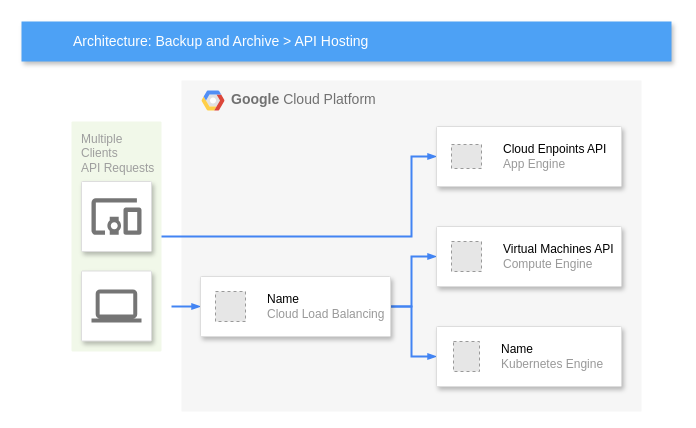
abhiiiiiiijit/usa_customer_shopping_trends keeps this draw.io diagram as diagrams/Untitled Diagram.drawio. Above is the earlier version. Source tidied: cells renumbered, new cells numbered last; positions are measured from the earlier drawing's top-left corner, leaving out a move shared by most shapes. Both pictures are drawn from the tidied source at 100%, with x=0, y=0 at pixel (21, 21). Pictures stored in the file or linked from it are replaced by grey dashed boxes.
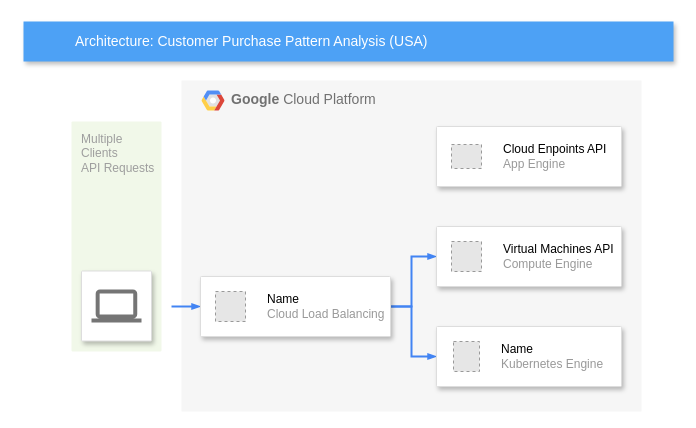
After the change.

The change refers to these unchanged cells:
```xml
<mxCell id="4" value="Multiple&lt;br&gt;Clients&lt;br&gt;API Requests&lt;br&gt;" style="rounded=1;absoluteArcSize=1;arcSize=2;html=1;strokeColor=none;gradientColor=none;shadow=0;dashed=0;fontSize=12;fontColor=#9E9E9E;align=left;verticalAlign=top;spacing=10;spacingTop=-4;fillColor=#F1F8E9;" parent="1" vertex="1">
  <mxGeometry x="50" y="100" width="90" height="230" as="geometry" />
</mxCell>
<mxCell id="16" style="strokeColor=#dddddd;shadow=1;strokeWidth=1;rounded=1;absoluteArcSize=1;arcSize=2;" parent="1" vertex="1">
  <mxGeometry x="415" y="105" width="185" height="60" as="geometry" />
</mxCell>
```

The edit, as a diff of the source:
```diff
@@
-    <mxCell id="5" value="Architecture: Backup and Archive &amp;gt; API Hosting" style="fillColor=#4DA1F5;strokeColor=none;shadow=1;gradientColor=none;fontSize=14;align=left;spacingLeft=50;fontColor=#ffffff;html=1;" parent="1" vertex="1">
-      <mxGeometry width="650" height="40" as="geometry" />
+    <mxCell id="5" value="Architecture:&amp;nbsp;Customer Purchase Pattern Analysis (USA)" style="fillColor=#4DA1F5;strokeColor=none;shadow=1;gradientColor=none;fontSize=14;align=left;spacingLeft=50;fontColor=#ffffff;html=1;" parent="1" vertex="1">
+      <mxGeometry x="2" width="650" height="40" as="geometry" />
     </mxCell>
-    <mxCell id="6" style="edgeStyle=orthogonalEdgeStyle;rounded=0;elbow=vertical;html=1;labelBackgroundColor=none;startFill=1;startSize=4;endArrow=blockThin;endFill=1;endSize=4;jettySize=auto;strokeColor=#4284F3;strokeWidth=2;fontSize=12;fontColor=#000000;align=left;dashed=0;" parent="1" edge="1" source="4" target="16">
-      <mxGeometry relative="1" as="geometry">
-        <Array as="points">
-          <mxPoint x="390" y="215" />
-          <mxPoint x="390" y="135" />
-        </Array>
-      </mxGeometry>
-    </mxCell>
-    <mxCell id="7" style="strokeColor=#dddddd;fillColor=#ffffff;shadow=1;strokeWidth=1;rounded=1;absoluteArcSize=1;arcSize=2;labelPosition=center;verticalLabelPosition=middle;align=center;verticalAlign=bottom;spacingLeft=0;fontColor=#999999;fontSize=12;whiteSpace=wrap;spacingBottom=2;html=1;" parent="1" vertex="1">
-      <mxGeometry x="60" y="160" width="70" height="70" as="geometry" />
-    </mxCell>
-    <mxCell id="8" style="dashed=0;html=1;fillColor=#757575;strokeColor=none;shape=mxgraph.gcp2.mobile_devices;" parent="7" vertex="1">
-      <mxGeometry x="0.5" width="50" height="36.5" relative="1" as="geometry">
-        <mxPoint x="-25" y="16.8" as="offset" />
-      </mxGeometry>
-    </mxCell>
```
